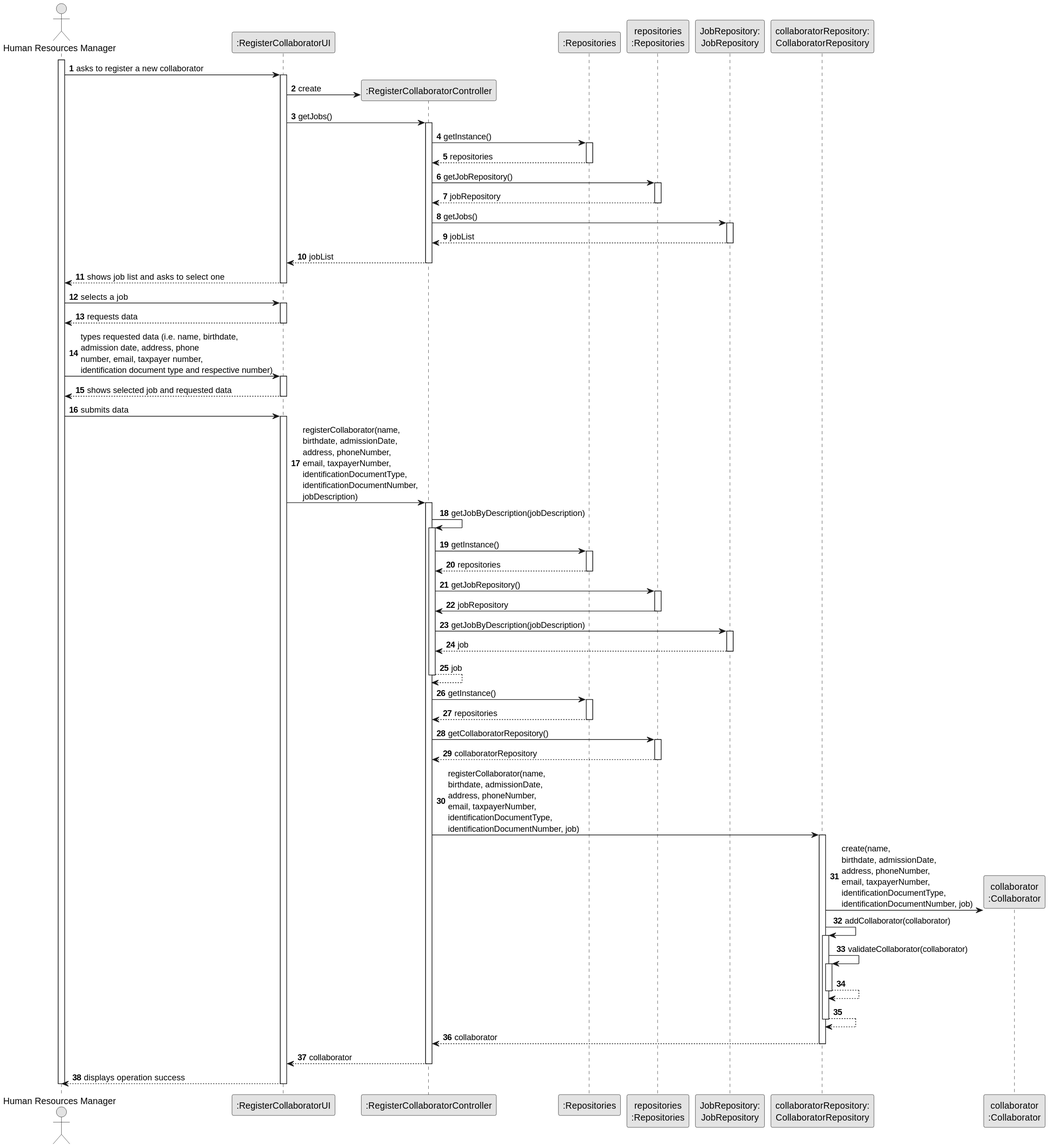
Departamento-de-Engenharia-Informatica/lei-24-s2-1dm-g132 keeps this PlantUML diagram as docs/sprintB/us003/03.design/svg/us003-sequence-diagram-full.svg. Above is the earlier version.
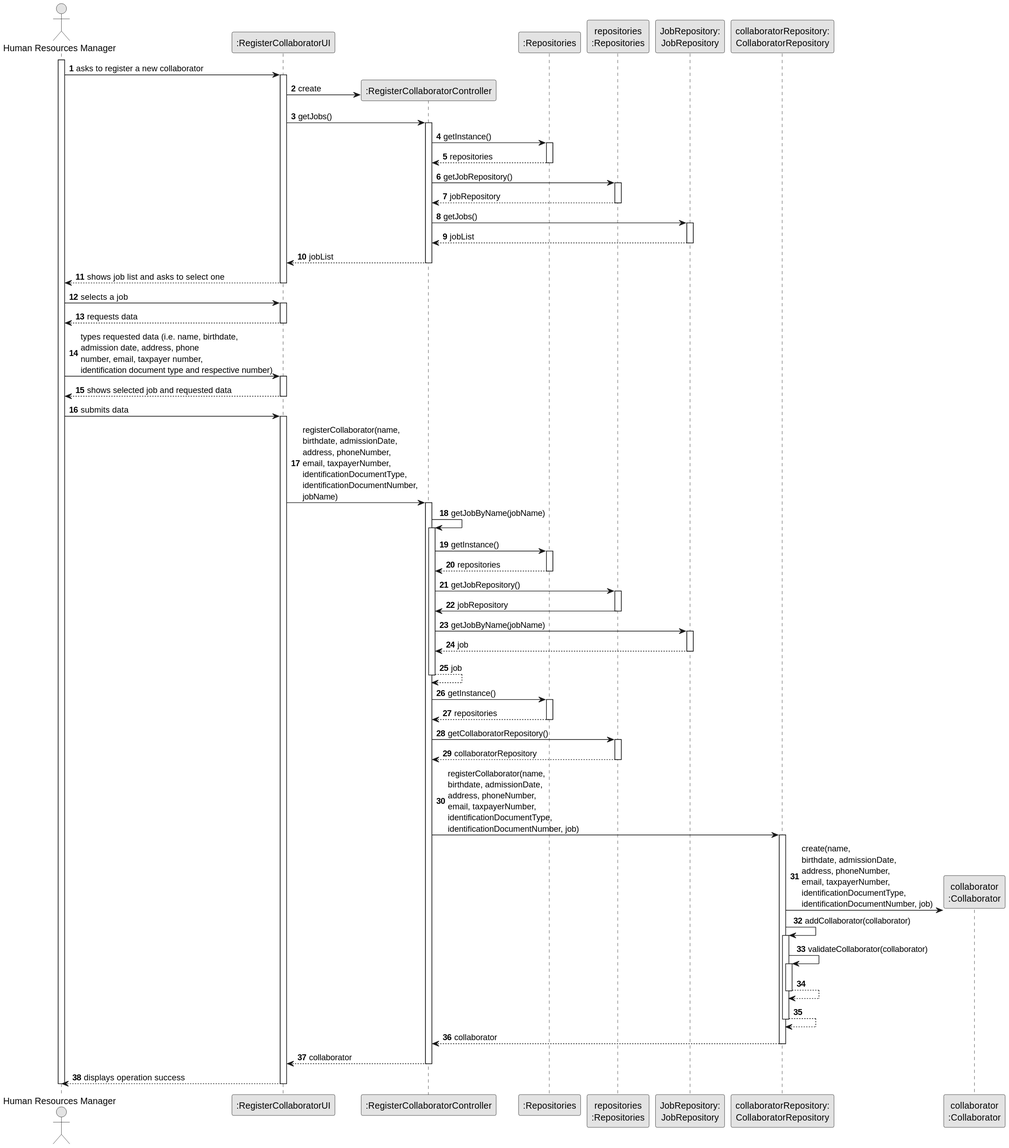
Above is the later version.

Diff of the diagram source:
```diff
@@ -64,10 +64,10 @@
     HRM -> UI : submits data
     activate UI
 
-        UI -> CTRL : registerCollaborator(name,\nbirthdate, admissionDate,\naddress, phoneNumber,\nemail, taxpayerNumber,\nidentificationDocumentType,\nidentificationDocumentNumber,\njobDescription)
+        UI -> CTRL : registerCollaborator(name,\nbirthdate, admissionDate,\naddress, phoneNumber,\nemail, taxpayerNumber,\nidentificationDocumentType,\nidentificationDocumentNumber,\njobName)
         activate CTRL
 
-            CTRL -> CTRL : getJobByDescription(jobDescription)
+            CTRL -> CTRL : getJobByName(jobName)
             activate CTRL
 
                 CTRL -> RepositorySingleton : getInstance()
@@ -82,7 +82,7 @@
                     PLAT -> CTRL : jobRepository
                 deactivate PLAT
 
-                CTRL -> JobRepository : getJobByDescription(jobDescription)
+                CTRL -> JobRepository : getJobByName(jobName)
                 activate JobRepository
 
                     JobRepository --> CTRL : job
```
